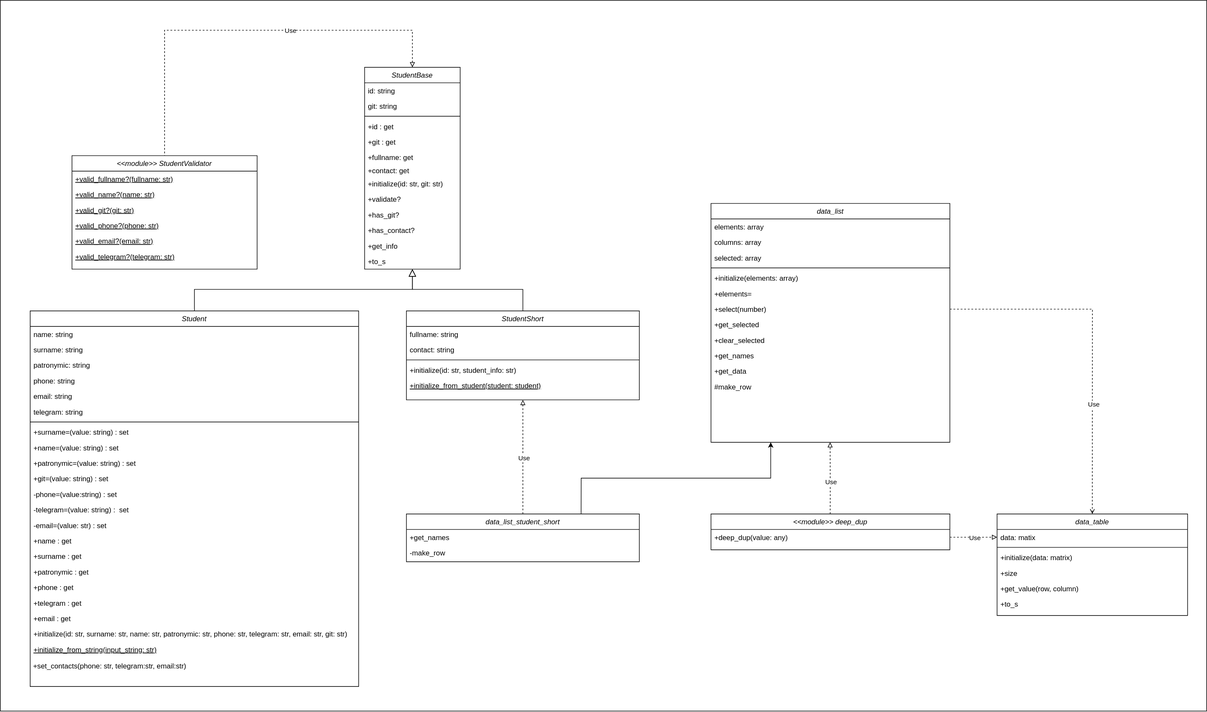
The draw.io diagram students/diagrams/students.svg in NoidHuma/programming_patterns, before a commit. Source tidied: cells renumbered, new cells last; positions are measured from the earlier drawing's top-left corner, leaving out a move shared by most shapes.
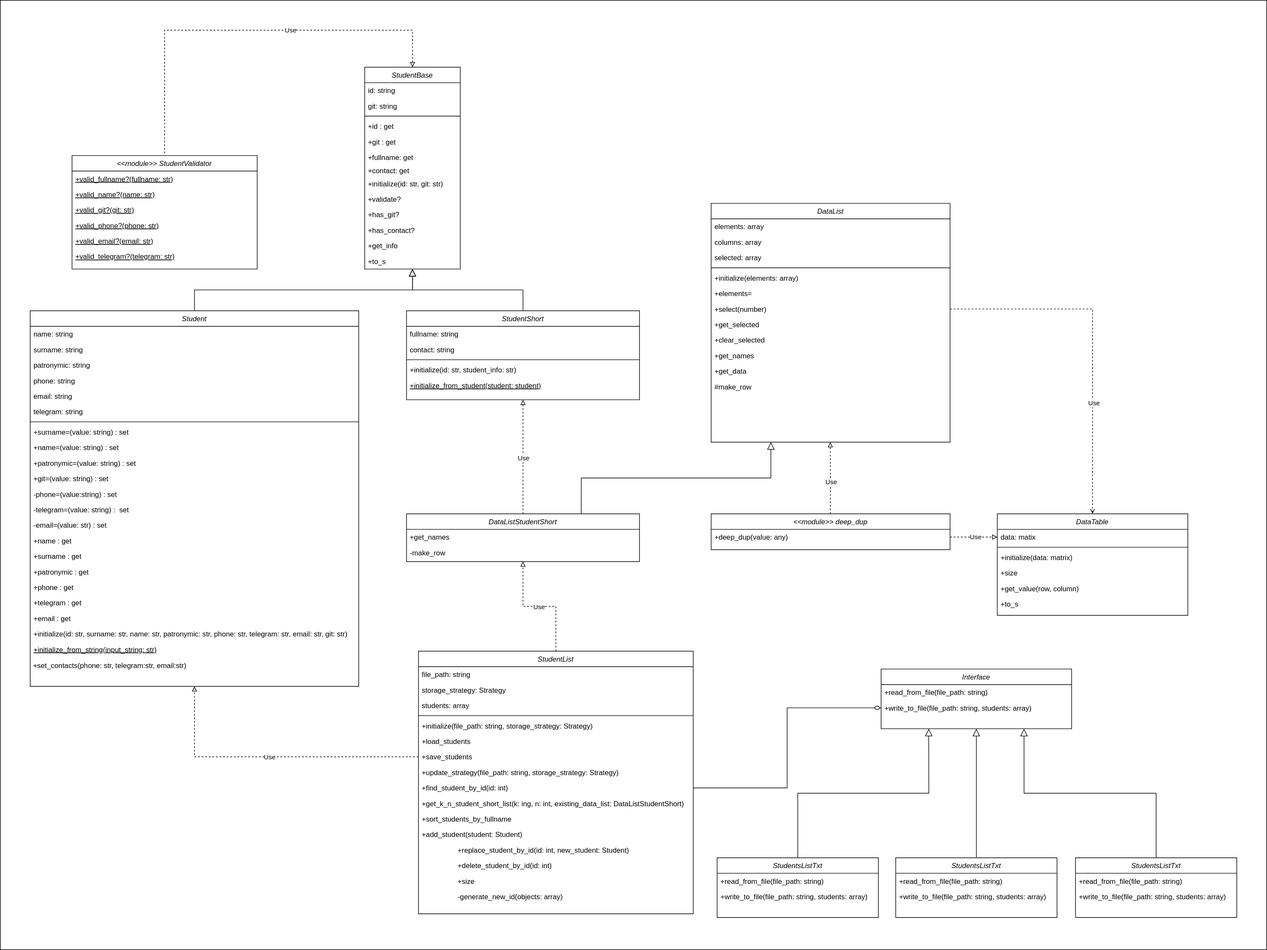
After the change.

Commit message:
lab4 2(6) edit diagram

Change to the diagram source:
```diff
@@ -3,7 +3,7 @@
     <mxCell id="0" />
     <mxCell id="1" parent="0" />
     <mxCell id="2" style="rounded=0;whiteSpace=wrap;html=1;" parent="1" vertex="1">
-      <mxGeometry width="2020" height="1190" as="geometry" />
+      <mxGeometry width="2120" height="1590" as="geometry" />
     </mxCell>
     <mxCell id="3" value="StudentBase" style="swimlane;fontStyle=2;align=center;verticalAlign=top;horizontal=1;startSize=26;rounded=0;shadow=0;strokeWidth=1;" parent="1" vertex="1">
       <mxGeometry x="610" y="112" width="160" height="338" as="geometry" />
@@ -177,7 +177,7 @@
         <mxPoint x="-1" as="offset" />
       </mxGeometry>
     </mxCell>
-    <mxCell id="58" value="data_table" style="swimlane;fontStyle=2;align=center;verticalAlign=top;horizontal=1;startSize=26;rounded=0;shadow=0;strokeWidth=1;" parent="1" vertex="1">
+    <mxCell id="58" value="DataTable" style="swimlane;fontStyle=2;align=center;verticalAlign=top;horizontal=1;startSize=26;rounded=0;shadow=0;strokeWidth=1;" parent="1" vertex="1">
       <mxGeometry x="1669" y="860" width="319" height="170" as="geometry" />
     </mxCell>
     <mxCell id="59" value="data: matix" style="text;align=left;verticalAlign=top;spacingLeft=4;spacingRight=4;overflow=hidden;points=[[0,0.5],[1,0.5]];portConstraint=eastwest;" parent="58" vertex="1">
@@ -198,10 +198,10 @@
     <mxCell id="64" value="+to_s" style="text;align=left;verticalAlign=top;spacingLeft=4;spacingRight=4;overflow=hidden;fontStyle=0;" parent="58" vertex="1">
       <mxGeometry y="138" width="319" height="26" as="geometry" />
     </mxCell>
-    <mxCell id="65" style="edgeStyle=orthogonalEdgeStyle;rounded=0;jettySize=auto;html=1;endArrow=none;endFill=0;startArrow=classic;startFill=1;exitX=0.25;exitY=1;exitDx=0;exitDy=0;entryX=0.75;entryY=0;entryDx=0;entryDy=0;" parent="1" edge="1" source="66" target="83">
+    <mxCell id="65" style="edgeStyle=orthogonalEdgeStyle;rounded=0;jettySize=auto;html=1;endArrow=none;endFill=0;startArrow=block;startFill=0;exitX=0.25;exitY=1;exitDx=0;exitDy=0;entryX=0.75;entryY=0;entryDx=0;entryDy=0;startSize=10;" parent="1" edge="1" source="66" target="83">
       <mxGeometry relative="1" as="geometry" />
     </mxCell>
-    <mxCell id="66" value="data_list" style="swimlane;fontStyle=2;align=center;verticalAlign=top;horizontal=1;startSize=26;rounded=0;shadow=0;strokeWidth=1;" parent="1" vertex="1">
+    <mxCell id="66" value="DataList" style="swimlane;fontStyle=2;align=center;verticalAlign=top;horizontal=1;startSize=26;rounded=0;shadow=0;strokeWidth=1;" parent="1" vertex="1">
       <mxGeometry x="1190" y="340" width="400" height="400" as="geometry" />
     </mxCell>
     <mxCell id="67" value="elements: array" style="text;align=left;verticalAlign=top;spacingLeft=4;spacingRight=4;overflow=hidden;" parent="66" vertex="1">
@@ -261,14 +261,14 @@
     <mxCell id="82" value="+deep_dup(value: any)" style="text;align=left;verticalAlign=top;spacingLeft=4;spacingRight=4;overflow=hidden;points=[[0,0.5],[1,0.5]];portConstraint=eastwest;fontStyle=0;" parent="81" vertex="1">
       <mxGeometry y="26" width="400" height="26" as="geometry" />
     </mxCell>
-    <mxCell id="83" value="data_list_student_short" style="swimlane;fontStyle=2;align=center;verticalAlign=top;horizontal=1;startSize=26;rounded=0;shadow=0;strokeWidth=1;" parent="1" vertex="1">
+    <mxCell id="83" value="DataListStudentShort" style="swimlane;fontStyle=2;align=center;verticalAlign=top;horizontal=1;startSize=26;rounded=0;shadow=0;strokeWidth=1;" parent="1" vertex="1">
       <mxGeometry x="680" y="860" width="390" height="80" as="geometry" />
     </mxCell>
     <mxCell id="84" value="+get_names" style="text;align=left;verticalAlign=top;spacingLeft=4;spacingRight=4;overflow=hidden;fontStyle=0;" parent="83" vertex="1">
       <mxGeometry y="26" width="390" height="26" as="geometry" />
     </mxCell>
     <mxCell id="85" value="-make_row" style="text;align=left;verticalAlign=top;spacingLeft=4;spacingRight=4;overflow=hidden;fontStyle=0;" parent="83" vertex="1">
-      <mxGeometry y="52" width="390" height="26" as="geometry" />
+      <mxGeometry y="52" width="390" height="28" as="geometry" />
     </mxCell>
     <mxCell id="86" style="edgeStyle=orthogonalEdgeStyle;rounded=0;jettySize=auto;html=1;entryX=0.5;entryY=0;entryDx=0;entryDy=0;dashed=1;endArrow=open;endFill=0;" parent="1" edge="1" source="73" target="58">
       <mxGeometry relative="1" as="geometry" />
@@ -290,5 +290,116 @@
     <mxCell id="91" value="Use" style="edgeLabel;html=1;align=center;verticalAlign=middle;" parent="90" vertex="1">
       <mxGeometry x="0.05" y="1" relative="1" as="geometry" />
     </mxCell>
+    <mxCell id="92" value="StudentList" style="swimlane;fontStyle=2;align=center;verticalAlign=top;horizontal=1;startSize=26;rounded=0;shadow=0;strokeWidth=1;" parent="1" vertex="1">
+      <mxGeometry x="700" y="1090" width="460" height="440" as="geometry" />
+    </mxCell>
+    <mxCell id="93" value="file_path: string" style="text;align=left;verticalAlign=top;spacingLeft=4;spacingRight=4;overflow=hidden;" parent="92" vertex="1">
+      <mxGeometry y="26" width="460" height="26" as="geometry" />
+    </mxCell>
+    <mxCell id="94" value="storage_strategy: Strategy" style="text;align=left;verticalAlign=top;spacingLeft=4;spacingRight=4;overflow=hidden;" parent="92" vertex="1">
+      <mxGeometry y="52" width="460" height="26" as="geometry" />
+    </mxCell>
+    <mxCell id="95" value="students: array" style="text;align=left;verticalAlign=top;spacingLeft=4;spacingRight=4;overflow=hidden;" parent="92" vertex="1">
+      <mxGeometry y="78" width="460" height="26" as="geometry" />
+    </mxCell>
+    <mxCell id="96" style="line;html=1;strokeWidth=1;align=left;verticalAlign=middle;spacingTop=-1;spacingLeft=3;spacingRight=3;labelPosition=right;" parent="92" vertex="1">
+      <mxGeometry y="104" width="460" height="8" as="geometry" />
+    </mxCell>
+    <mxCell id="97" value="+initialize(file_path: string, storage_strategy: Strategy)" style="text;align=left;verticalAlign=top;spacingLeft=4;spacingRight=4;overflow=hidden;fontStyle=0;" parent="92" vertex="1">
+      <mxGeometry y="112" width="460" height="26" as="geometry" />
+    </mxCell>
+    <mxCell id="98" value="+load_students" style="text;align=left;verticalAlign=top;spacingLeft=4;spacingRight=4;overflow=hidden;fontStyle=0;" parent="92" vertex="1">
+      <mxGeometry y="138" width="460" height="26" as="geometry" />
+    </mxCell>
+    <mxCell id="99" value="+save_students" style="text;align=left;verticalAlign=top;spacingLeft=4;spacingRight=4;overflow=hidden;points=[[0,0.5],[1,0.5]];portConstraint=eastwest;fontStyle=0;" parent="92" vertex="1">
+      <mxGeometry y="164" width="460" height="26" as="geometry" />
+    </mxCell>
+    <mxCell id="100" value="+update_strategy(file_path: string, storage_strategy: Strategy)" style="text;align=left;verticalAlign=top;spacingLeft=4;spacingRight=4;overflow=hidden;fontStyle=0;" parent="92" vertex="1">
+      <mxGeometry y="190" width="460" height="26" as="geometry" />
+    </mxCell>
+    <mxCell id="101" value="+find_student_by_id(id: int)" style="text;align=left;verticalAlign=top;spacingLeft=4;spacingRight=4;overflow=hidden;points=[[0,0.5],[1,0.5]];portConstraint=eastwest;fontStyle=0;" parent="92" vertex="1">
+      <mxGeometry y="216" width="460" height="26" as="geometry" />
+    </mxCell>
+    <mxCell id="102" value="+get_k_n_student_short_list(k: ing, n: int, existing_data_list: DataListStudentShort)" style="text;align=left;verticalAlign=top;spacingLeft=4;spacingRight=4;overflow=hidden;fontStyle=0;" parent="92" vertex="1">
+      <mxGeometry y="242" width="460" height="26" as="geometry" />
+    </mxCell>
+    <mxCell id="103" value="+sort_students_by_fullname" style="text;align=left;verticalAlign=top;spacingLeft=4;spacingRight=4;overflow=hidden;fontStyle=0;" parent="92" vertex="1">
+      <mxGeometry y="268" width="460" height="26" as="geometry" />
+    </mxCell>
+    <mxCell id="104" value="+add_student(student: Student)" style="text;align=left;verticalAlign=top;spacingLeft=4;spacingRight=4;overflow=hidden;fontStyle=0;" parent="92" vertex="1">
+      <mxGeometry y="294" width="460" height="26" as="geometry" />
+    </mxCell>
+    <mxCell id="105" style="edgeStyle=orthogonalEdgeStyle;rounded=0;jettySize=auto;html=1;dashed=1;endArrow=block;endFill=0;exitX=0.5;exitY=0;exitDx=0;exitDy=0;entryX=0.5;entryY=1;entryDx=0;entryDy=0;" parent="1" edge="1" source="92" target="83">
+      <mxGeometry relative="1" as="geometry" />
+    </mxCell>
+    <mxCell id="106" value="Use" style="edgeLabel;html=1;align=center;verticalAlign=middle;" parent="105" vertex="1">
+      <mxGeometry x="0.01" relative="1" as="geometry" />
+    </mxCell>
+    <mxCell id="107" style="edgeStyle=orthogonalEdgeStyle;rounded=0;jettySize=auto;html=1;dashed=1;endArrow=block;endFill=0;exitX=0;exitY=0.5;exitDx=0;exitDy=0;entryX=0.5;entryY=1;entryDx=0;entryDy=0;" parent="1" edge="1" source="99" target="17">
+      <mxGeometry relative="1" as="geometry" />
+    </mxCell>
+    <mxCell id="108" value="Use" style="edgeLabel;html=1;align=center;verticalAlign=middle;" parent="107" vertex="1">
+      <mxGeometry x="0.01" relative="1" as="geometry" />
+    </mxCell>
+    <mxCell id="109" value="+replace_student_by_id(id: int, new_student: Student)" style="text;align=left;verticalAlign=top;spacingLeft=4;spacingRight=4;overflow=hidden;fontStyle=0;" parent="1" vertex="1">
+      <mxGeometry x="760" y="1410" width="460" height="26" as="geometry" />
+    </mxCell>
+    <mxCell id="110" value="+delete_student_by_id(id: int)" style="text;align=left;verticalAlign=top;spacingLeft=4;spacingRight=4;overflow=hidden;fontStyle=0;" parent="1" vertex="1">
+      <mxGeometry x="760" y="1436" width="460" height="26" as="geometry" />
+    </mxCell>
+    <mxCell id="111" value="+size" style="text;align=left;verticalAlign=top;spacingLeft=4;spacingRight=4;overflow=hidden;fontStyle=0;" parent="1" vertex="1">
+      <mxGeometry x="760" y="1462" width="460" height="26" as="geometry" />
+    </mxCell>
+    <mxCell id="112" value="-generate_new_id(objects: array)" style="text;align=left;verticalAlign=top;spacingLeft=4;spacingRight=4;overflow=hidden;fontStyle=0;" parent="1" vertex="1">
+      <mxGeometry x="760" y="1488" width="460" height="26" as="geometry" />
+    </mxCell>
+    <mxCell id="113" value="Interface" style="swimlane;fontStyle=2;align=center;verticalAlign=top;horizontal=1;startSize=26;rounded=0;shadow=0;strokeWidth=1;" parent="1" vertex="1">
+      <mxGeometry x="1474.5" y="1120" width="319" height="100" as="geometry" />
+    </mxCell>
+    <mxCell id="114" value="+read_from_file(file_path: string)" style="text;align=left;verticalAlign=top;spacingLeft=4;spacingRight=4;overflow=hidden;fontStyle=0;" parent="113" vertex="1">
+      <mxGeometry y="26" width="319" height="26" as="geometry" />
+    </mxCell>
+    <mxCell id="115" value="+write_to_file(file_path: string, students: array)" style="text;align=left;verticalAlign=top;spacingLeft=4;spacingRight=4;overflow=hidden;points=[[0,0.5],[1,0.5]];portConstraint=eastwest;fontStyle=0;" parent="113" vertex="1">
+      <mxGeometry y="52" width="319" height="26" as="geometry" />
+    </mxCell>
+    <mxCell id="116" style="edgeStyle=orthogonalEdgeStyle;rounded=0;jettySize=auto;html=1;exitX=1;exitY=0.5;exitDx=0;exitDy=0;entryX=0;entryY=0.5;entryDx=0;entryDy=0;endArrow=diamondThin;endFill=0;endSize=10;" parent="1" edge="1" source="101" target="115">
+      <mxGeometry relative="1" as="geometry" />
+    </mxCell>
+    <mxCell id="117" style="edgeStyle=orthogonalEdgeStyle;rounded=0;jettySize=auto;html=1;exitX=0.5;exitY=0;exitDx=0;exitDy=0;entryX=0.25;entryY=1;entryDx=0;entryDy=0;endArrow=block;endFill=0;endSize=10;" parent="1" edge="1" source="118" target="113">
+      <mxGeometry relative="1" as="geometry" />
+    </mxCell>
+    <mxCell id="118" value="StudentsListTxt" style="swimlane;fontStyle=2;align=center;verticalAlign=top;horizontal=1;startSize=26;rounded=0;shadow=0;strokeWidth=1;" parent="1" vertex="1">
+      <mxGeometry x="1200" y="1436" width="270" height="100" as="geometry" />
+    </mxCell>
+    <mxCell id="119" value="+read_from_file(file_path: string)" style="text;align=left;verticalAlign=top;spacingLeft=4;spacingRight=4;overflow=hidden;fontStyle=0;" parent="118" vertex="1">
+      <mxGeometry y="26" width="270" height="26" as="geometry" />
+    </mxCell>
+    <mxCell id="120" value="+write_to_file(file_path: string, students: array)" style="text;align=left;verticalAlign=top;spacingLeft=4;spacingRight=4;overflow=hidden;fontStyle=0;" parent="118" vertex="1">
+      <mxGeometry y="52" width="270" height="26" as="geometry" />
+    </mxCell>
+    <mxCell id="121" style="edgeStyle=orthogonalEdgeStyle;rounded=0;jettySize=auto;html=1;exitX=0.5;exitY=0;exitDx=0;exitDy=0;entryX=0.5;entryY=1;entryDx=0;entryDy=0;endArrow=block;endFill=0;endSize=10;" parent="1" edge="1" source="122" target="113">
+      <mxGeometry relative="1" as="geometry" />
+    </mxCell>
+    <mxCell id="122" value="StudentsListTxt" style="swimlane;fontStyle=2;align=center;verticalAlign=top;horizontal=1;startSize=26;rounded=0;shadow=0;strokeWidth=1;" parent="1" vertex="1">
+      <mxGeometry x="1499" y="1436" width="270" height="100" as="geometry" />
+    </mxCell>
+    <mxCell id="123" value="+read_from_file(file_path: string)" style="text;align=left;verticalAlign=top;spacingLeft=4;spacingRight=4;overflow=hidden;fontStyle=0;" parent="122" vertex="1">
+      <mxGeometry y="26" width="270" height="26" as="geometry" />
+    </mxCell>
+    <mxCell id="124" value="+write_to_file(file_path: string, students: array)" style="text;align=left;verticalAlign=top;spacingLeft=4;spacingRight=4;overflow=hidden;fontStyle=0;" parent="122" vertex="1">
+      <mxGeometry y="52" width="270" height="26" as="geometry" />
+    </mxCell>
+    <mxCell id="125" style="edgeStyle=orthogonalEdgeStyle;rounded=0;jettySize=auto;html=1;exitX=0.5;exitY=0;exitDx=0;exitDy=0;entryX=0.75;entryY=1;entryDx=0;entryDy=0;endArrow=block;endFill=0;endSize=10;" parent="1" edge="1" source="126" target="113">
+      <mxGeometry relative="1" as="geometry" />
+    </mxCell>
+    <mxCell id="126" value="StudentsListTxt" style="swimlane;fontStyle=2;align=center;verticalAlign=top;horizontal=1;startSize=26;rounded=0;shadow=0;strokeWidth=1;" parent="1" vertex="1">
+      <mxGeometry x="1800" y="1436" width="270" height="100" as="geometry" />
+    </mxCell>
+    <mxCell id="127" value="+read_from_file(file_path: string)" style="text;align=left;verticalAlign=top;spacingLeft=4;spacingRight=4;overflow=hidden;fontStyle=0;" parent="126" vertex="1">
+      <mxGeometry y="26" width="270" height="26" as="geometry" />
+    </mxCell>
+    <mxCell id="128" value="+write_to_file(file_path: string, students: array)" style="text;align=left;verticalAlign=top;spacingLeft=4;spacingRight=4;overflow=hidden;fontStyle=0;" parent="126" vertex="1">
+      <mxGeometry y="52" width="270" height="26" as="geometry" />
+    </mxCell>
   </root>
 </mxGraphModel>
```
